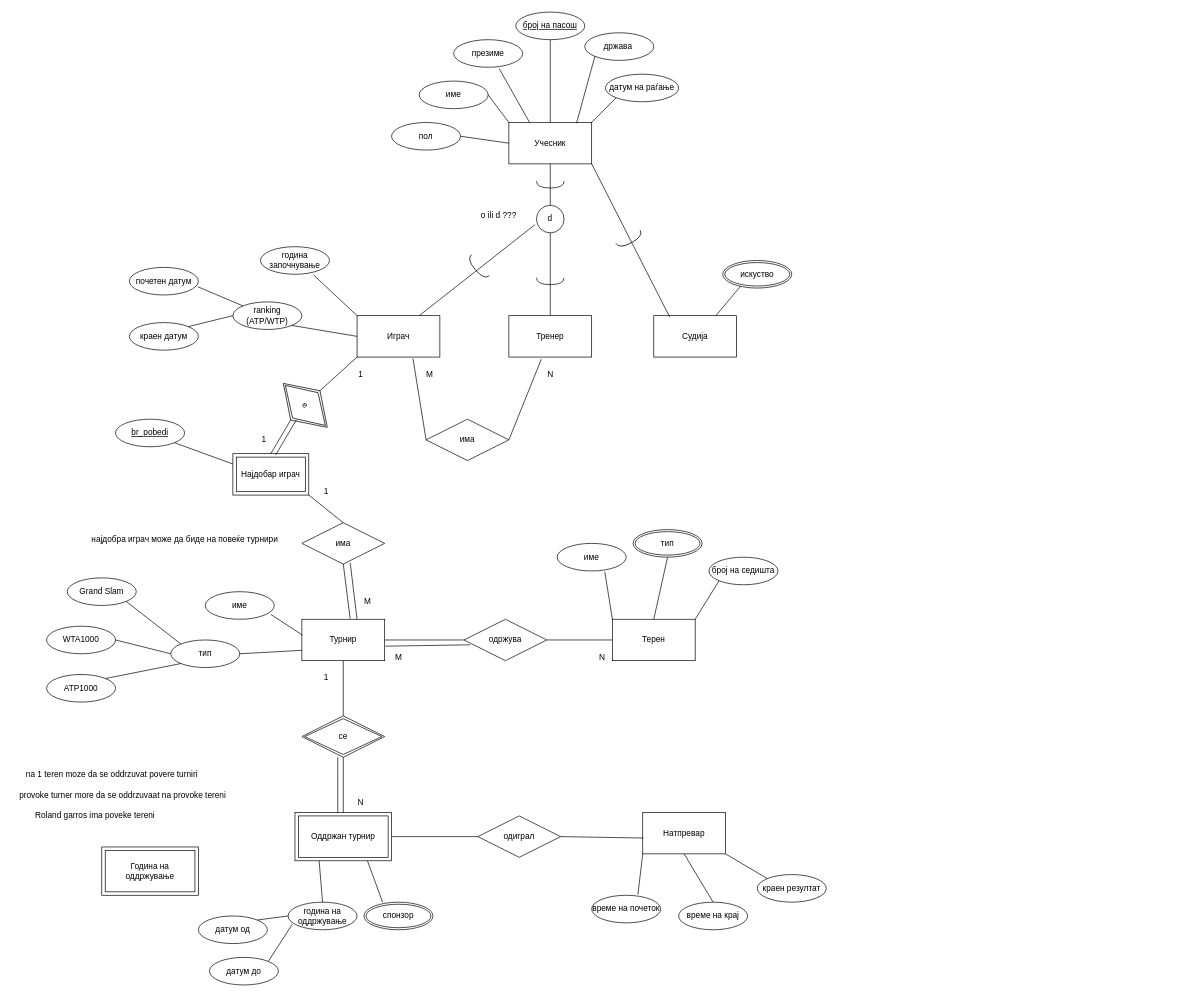
Before: labs/lab1b.drawio in davidhristov59/Databases, a draw.io diagram. Source tidied: cells renumbered, new cells numbered last; positions are measured from the earlier drawing's top-left corner, leaving out a move shared by most shapes. Both pictures are drawn from the tidied source at 69%, with x=0, y=0 at pixel (12, 12).
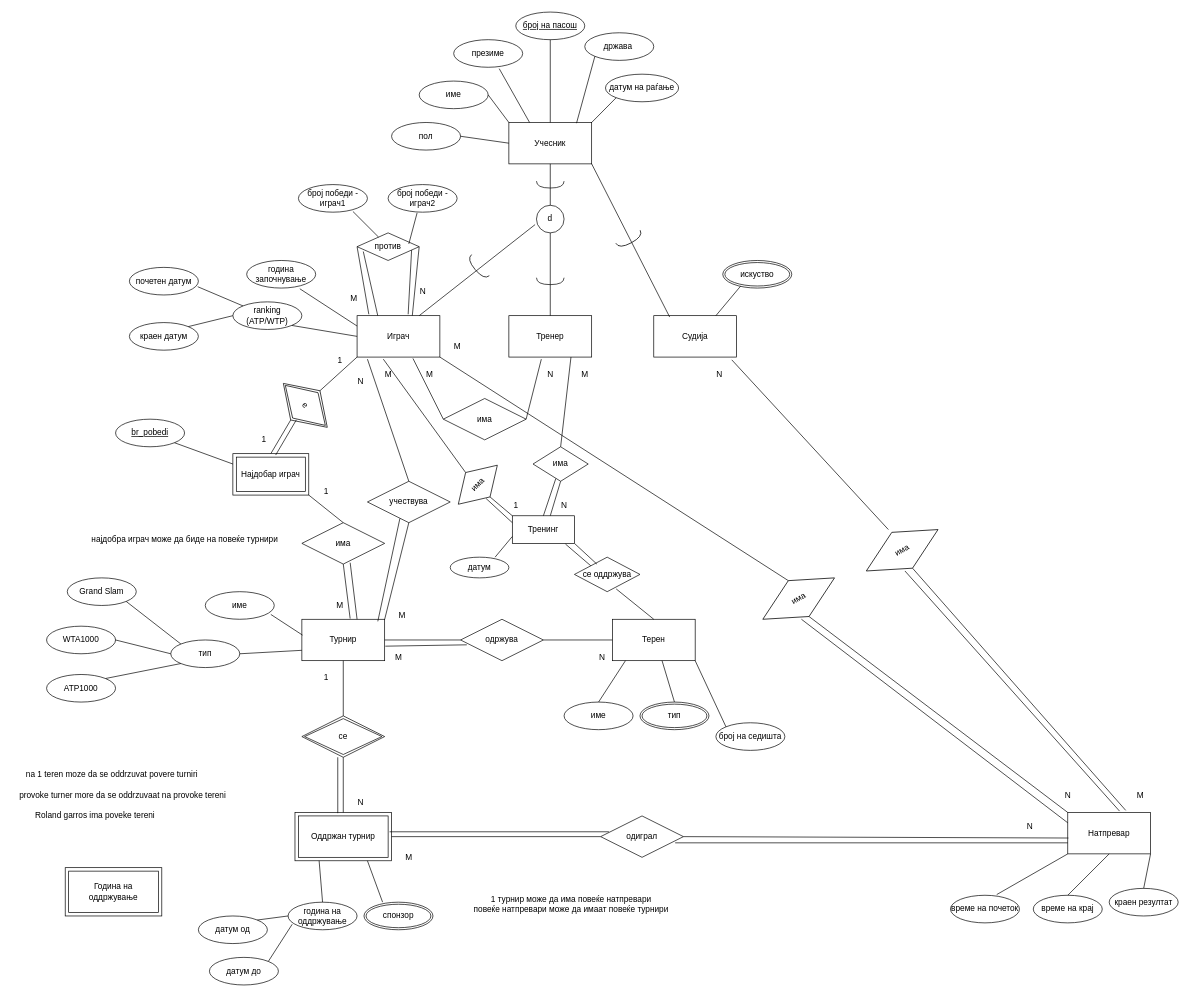
Above is the later version.

The change refers to these unchanged cells:
```xml
<mxCell id="15" value="Играч" style="rounded=0;whiteSpace=wrap;html=1;" parent="1" vertex="1">
  <mxGeometry x="500" y="440" width="120" height="60" as="geometry" />
</mxCell>
<mxCell id="16" value="Тренер" style="rounded=0;whiteSpace=wrap;html=1;" parent="1" vertex="1">
  <mxGeometry x="720" y="440" width="120" height="60" as="geometry" />
</mxCell>
<mxCell id="17" value="Судија" style="rounded=0;whiteSpace=wrap;html=1;" parent="1" vertex="1">
  <mxGeometry x="930" y="440" width="120" height="60" as="geometry" />
</mxCell>
<mxCell id="41" value="Турнир" style="rounded=0;whiteSpace=wrap;html=1;" parent="1" vertex="1">
  <mxGeometry x="420" y="880" width="120" height="60" as="geometry" />
</mxCell>
<mxCell id="70" value="Терен" style="rounded=0;whiteSpace=wrap;html=1;" parent="1" vertex="1">
  <mxGeometry x="870" y="880" width="120" height="60" as="geometry" />
</mxCell>
<mxCell id="93" value="Оддржан турнир" style="shape=ext;margin=3;double=1;whiteSpace=wrap;html=1;align=center;" parent="1" vertex="1">
  <mxGeometry x="410" y="1160" width="140" height="70" as="geometry" />
</mxCell>
```

What changed in the source:
```diff
@@
     <mxCell id="26" value="година започнување" style="ellipse;whiteSpace=wrap;html=1;align=center;" parent="1" vertex="1">
-      <mxGeometry x="360" y="340" width="100" height="40" as="geometry" />
+      <mxGeometry x="340" y="360" width="100" height="40" as="geometry" />
     </mxCell>
@@
-    <mxCell id="33" style="endArrow=none;html=1;rounded=0;exitX=0;exitY=0;exitDx=0;exitDy=0;entryX=0.77;entryY=1.025;entryDx=0;entryDy=0;entryPerimeter=0;" parent="1" edge="1" source="15" target="26">
+    <mxCell id="33" style="endArrow=none;html=1;rounded=0;exitX=0;exitY=0.25;exitDx=0;exitDy=0;entryX=0.77;entryY=1.025;entryDx=0;entryDy=0;entryPerimeter=0;" parent="1" edge="1" source="15" target="26">
       <mxGeometry relative="1" as="geometry" />
     </mxCell>
     <mxCell id="34" value="има" style="shape=rhombus;perimeter=rhombusPerimeter;whiteSpace=wrap;html=1;align=center;" parent="1" vertex="1">
-      <mxGeometry x="600" y="590" width="120" height="60" as="geometry" />
+      <mxGeometry x="625" y="560" width="120" height="60" as="geometry" />
     </mxCell>
@@
-    <mxCell id="44" value="o ili d ???" style="text;html=1;align=center;verticalAlign=middle;strokeColor=none;fillColor=none;" parent="1" vertex="1">
-      <mxGeometry x="670" y="280" width="70" height="30" as="geometry" />
-    </mxCell>
@@
     <mxCell id="62" value="1" style="text;html=1;align=center;verticalAlign=middle;strokeColor=none;fillColor=none;" parent="1" vertex="1">
-      <mxGeometry x="490" y="510" width="30" height="30" as="geometry" />
+      <mxGeometry x="460" y="490" width="30" height="30" as="geometry" />
     </mxCell>
@@
     <mxCell id="66" value="М" style="text;html=1;align=center;verticalAlign=middle;strokeColor=none;fillColor=none;" parent="1" vertex="1">
-      <mxGeometry x="500" y="840" width="30" height="30" as="geometry" />
+      <mxGeometry x="460" y="845" width="30" height="30" as="geometry" />
     </mxCell>
@@
     <mxCell id="71" value="име" style="ellipse;whiteSpace=wrap;html=1;align=center;" parent="1" vertex="1">
-      <mxGeometry x="790" y="770" width="100" height="40" as="geometry" />
+      <mxGeometry x="800" y="1000" width="100" height="40" as="geometry" />
     </mxCell>
     <mxCell id="72" value="број на седишта" style="ellipse;whiteSpace=wrap;html=1;align=center;" parent="1" vertex="1">
-      <mxGeometry x="1010" y="790" width="100" height="40" as="geometry" />
+      <mxGeometry x="1020" y="1030" width="100" height="40" as="geometry" />
     </mxCell>
     <mxCell id="73" value="тип" style="ellipse;shape=doubleEllipse;margin=3;whiteSpace=wrap;html=1;align=center;" parent="1" vertex="1">
-      <mxGeometry x="900" y="750" width="100" height="40" as="geometry" />
+      <mxGeometry x="910" y="1000" width="100" height="40" as="geometry" />
     </mxCell>
-    <mxCell id="74" style="endArrow=none;html=1;rounded=0;exitX=0.69;exitY=1.025;exitDx=0;exitDy=0;entryX=0;entryY=0;entryDx=0;entryDy=0;exitPerimeter=0;" parent="1" edge="1" source="71" target="70">
+    <mxCell id="74" style="endArrow=none;html=1;rounded=0;entryX=0.158;entryY=1;entryDx=0;entryDy=0;entryPerimeter=0;exitX=0.5;exitY=0;exitDx=0;exitDy=0;" parent="1" edge="1" source="71" target="70">
       <mxGeometry relative="1" as="geometry" />
     </mxCell>
-    <mxCell id="75" style="endArrow=none;html=1;rounded=0;exitX=0.5;exitY=1;exitDx=0;exitDy=0;entryX=0.5;entryY=0;entryDx=0;entryDy=0;" parent="1" edge="1" source="73" target="70">
+    <mxCell id="75" style="endArrow=none;html=1;rounded=0;exitX=0.5;exitY=0;exitDx=0;exitDy=0;entryX=0.6;entryY=1;entryDx=0;entryDy=0;entryPerimeter=0;" parent="1" edge="1" source="73" target="70">
       <mxGeometry relative="1" as="geometry" />
     </mxCell>
-    <mxCell id="76" style="endArrow=none;html=1;rounded=0;exitX=0;exitY=1;exitDx=0;exitDy=0;entryX=1;entryY=0;entryDx=0;entryDy=0;" parent="1" edge="1" source="72" target="70">
+    <mxCell id="76" style="endArrow=none;html=1;rounded=0;exitX=0;exitY=0;exitDx=0;exitDy=0;entryX=1;entryY=1;entryDx=0;entryDy=0;" parent="1" edge="1" source="72" target="70">
       <mxGeometry relative="1" as="geometry" />
     </mxCell>
     <mxCell id="77" value="одржува" style="shape=rhombus;perimeter=rhombusPerimeter;whiteSpace=wrap;html=1;align=center;" parent="1" vertex="1">
-      <mxGeometry x="655" y="880" width="120" height="60" as="geometry" />
+      <mxGeometry x="650" y="880" width="120" height="60" as="geometry" />
     </mxCell>
@@
     <mxCell id="101" value="Година на оддржување" style="shape=ext;margin=3;double=1;whiteSpace=wrap;html=1;align=center;" parent="1" vertex="1">
-      <mxGeometry x="130" y="1210" width="140" height="70" as="geometry" />
+      <mxGeometry x="77" y="1240" width="140" height="70" as="geometry" />
     </mxCell>
     <mxCell id="102" value="Натпревар" style="rounded=0;whiteSpace=wrap;html=1;" parent="1" vertex="1">
-      <mxGeometry x="914" y="1160" width="120" height="60" as="geometry" />
+      <mxGeometry x="1530" y="1160" width="120" height="60" as="geometry" />
     </mxCell>
@@
     <mxCell id="105" value="одиграл" style="shape=rhombus;perimeter=rhombusPerimeter;whiteSpace=wrap;html=1;align=center;" parent="1" vertex="1">
-      <mxGeometry x="675" y="1165" width="120" height="60" as="geometry" />
+      <mxGeometry x="853" y="1165" width="120" height="60" as="geometry" />
     </mxCell>
@@
     <mxCell id="108" value="време на почеток" style="ellipse;whiteSpace=wrap;html=1;align=center;" parent="1" vertex="1">
-      <mxGeometry x="840" y="1280" width="100" height="40" as="geometry" />
+      <mxGeometry x="1360" y="1280" width="100" height="40" as="geometry" />
     </mxCell>
     <mxCell id="109" value="време на крај" style="ellipse;whiteSpace=wrap;html=1;align=center;" parent="1" vertex="1">
-      <mxGeometry x="966" y="1290" width="100" height="40" as="geometry" />
+      <mxGeometry x="1480" y="1280" width="100" height="40" as="geometry" />
     </mxCell>
     <mxCell id="110" value="краен резултат" style="ellipse;whiteSpace=wrap;html=1;align=center;" parent="1" vertex="1">
-      <mxGeometry x="1080" y="1250" width="100" height="40" as="geometry" />
+      <mxGeometry x="1590" y="1270" width="100" height="40" as="geometry" />
     </mxCell>
@@
-    <mxCell id="113" style="endArrow=none;html=1;rounded=0;entryX=0;entryY=0;entryDx=0;entryDy=0;exitX=1;exitY=1;exitDx=0;exitDy=0;" parent="1" edge="1" source="102" target="110">
+    <mxCell id="113" style="endArrow=none;html=1;rounded=0;entryX=0.5;entryY=0;entryDx=0;entryDy=0;exitX=1;exitY=1;exitDx=0;exitDy=0;" parent="1" edge="1" source="102" target="110">
       <mxGeometry relative="1" as="geometry" />
     </mxCell>
+    <mxCell id="114" value="има" style="shape=rhombus;perimeter=rhombusPerimeter;whiteSpace=wrap;html=1;align=center;rotation=-30;" parent="1" vertex="1">
+      <mxGeometry x="1230" y="750" width="120" height="60" as="geometry" />
+    </mxCell>
+    <mxCell id="115" style="endArrow=none;html=1;rounded=0;entryX=0.7;entryY=-0.05;entryDx=0;entryDy=0;exitX=0.5;exitY=1;exitDx=0;exitDy=0;entryPerimeter=0;" parent="1" edge="1" source="114" target="102">
+      <mxGeometry relative="1" as="geometry" />
+    </mxCell>
+    <mxCell id="116" style="endArrow=none;html=1;rounded=0;exitX=0.942;exitY=1.067;exitDx=0;exitDy=0;exitPerimeter=0;" parent="1" edge="1" source="17">
+      <mxGeometry relative="1" as="geometry">
+        <mxPoint x="1270" y="750" as="targetPoint" />
+      </mxGeometry>
+    </mxCell>
+    <mxCell id="117" value="има" style="shape=rhombus;perimeter=rhombusPerimeter;whiteSpace=wrap;html=1;align=center;rotation=-30;" parent="1" vertex="1">
+      <mxGeometry x="1080" y="820" width="120" height="60" as="geometry" />
+    </mxCell>
+    <mxCell id="118" style="endArrow=none;html=1;rounded=0;exitX=1;exitY=1;exitDx=0;exitDy=0;entryX=0.5;entryY=0;entryDx=0;entryDy=0;" parent="1" edge="1" source="15" target="117">
+      <mxGeometry relative="1" as="geometry" />
+    </mxCell>
+    <mxCell id="119" style="endArrow=none;html=1;rounded=0;exitX=0.5;exitY=1;exitDx=0;exitDy=0;entryX=0;entryY=0;entryDx=0;entryDy=0;" parent="1" edge="1" source="117" target="102">
+      <mxGeometry relative="1" as="geometry" />
+    </mxCell>
+    <mxCell id="120" value="1 турнир може да има повеќе натпревари&lt;div&gt;повеќе натпревари може да имаат повеќе турнири&lt;/div&gt;" style="text;html=1;align=center;verticalAlign=middle;strokeColor=none;fillColor=none;" parent="1" vertex="1">
+      <mxGeometry x="655" y="1273" width="310" height="40" as="geometry" />
+    </mxCell>
+    <mxCell id="121" value="N" style="text;html=1;align=center;verticalAlign=middle;strokeColor=none;fillColor=none;" parent="1" vertex="1">
+      <mxGeometry x="1460" y="1165" width="30" height="30" as="geometry" />
+    </mxCell>
+    <mxCell id="122" value="М" style="text;html=1;align=center;verticalAlign=middle;strokeColor=none;fillColor=none;" parent="1" vertex="1">
+      <mxGeometry x="560" y="1210" width="30" height="30" as="geometry" />
+    </mxCell>
+    <mxCell id="123" value="M" style="text;html=1;align=center;verticalAlign=middle;strokeColor=none;fillColor=none;" parent="1" vertex="1">
+      <mxGeometry x="630" y="470" width="30" height="30" as="geometry" />
+    </mxCell>
+    <mxCell id="124" value="N" style="text;html=1;align=center;verticalAlign=middle;strokeColor=none;fillColor=none;" parent="1" vertex="1">
+      <mxGeometry x="1515" y="1120" width="30" height="30" as="geometry" />
+    </mxCell>
+    <mxCell id="125" value="N" style="text;html=1;align=center;verticalAlign=middle;strokeColor=none;fillColor=none;" parent="1" vertex="1">
+      <mxGeometry x="1010" y="510" width="30" height="30" as="geometry" />
+    </mxCell>
+    <mxCell id="126" value="М" style="text;html=1;align=center;verticalAlign=middle;strokeColor=none;fillColor=none;" parent="1" vertex="1">
+      <mxGeometry x="1620" y="1120" width="30" height="30" as="geometry" />
+    </mxCell>
+    <mxCell id="127" style="endArrow=none;html=1;rounded=0;exitX=0.979;exitY=0.4;exitDx=0;exitDy=0;entryX=0.1;entryY=0.383;entryDx=0;entryDy=0;entryPerimeter=0;exitPerimeter=0;" parent="1" edge="1" source="93" target="105">
+      <mxGeometry relative="1" as="geometry" />
+    </mxCell>
+    <mxCell id="128" style="endArrow=none;html=1;rounded=0;entryX=0.625;entryY=-0.033;entryDx=0;entryDy=0;exitX=0.404;exitY=0.966;exitDx=0;exitDy=0;entryPerimeter=0;exitPerimeter=0;" parent="1" edge="1" source="114" target="102">
+      <mxGeometry relative="1" as="geometry" />
+    </mxCell>
+    <mxCell id="129" style="endArrow=none;html=1;rounded=0;exitX=0.404;exitY=0.966;exitDx=0;exitDy=0;entryX=0;entryY=0.25;entryDx=0;entryDy=0;exitPerimeter=0;" parent="1" edge="1" source="117" target="102">
+      <mxGeometry relative="1" as="geometry" />
+    </mxCell>
+    <mxCell id="130" value="учествува" style="shape=rhombus;perimeter=rhombusPerimeter;whiteSpace=wrap;html=1;align=center;" parent="1" vertex="1">
+      <mxGeometry x="515" y="680" width="120" height="60" as="geometry" />
+    </mxCell>
+    <mxCell id="131" style="endArrow=none;html=1;rounded=0;exitX=0.125;exitY=1.05;exitDx=0;exitDy=0;entryX=0.5;entryY=0;entryDx=0;entryDy=0;exitPerimeter=0;" parent="1" edge="1" source="15" target="130">
+      <mxGeometry relative="1" as="geometry" />
+    </mxCell>
+    <mxCell id="132" style="endArrow=none;html=1;rounded=0;exitX=0.5;exitY=1;exitDx=0;exitDy=0;entryX=1;entryY=0;entryDx=0;entryDy=0;" parent="1" edge="1" source="130" target="41">
+      <mxGeometry relative="1" as="geometry" />
+    </mxCell>
+    <mxCell id="133" value="М" style="text;html=1;align=center;verticalAlign=middle;strokeColor=none;fillColor=none;" parent="1" vertex="1">
+      <mxGeometry x="550" y="860" width="30" height="30" as="geometry" />
+    </mxCell>
+    <mxCell id="134" value="N" style="text;html=1;align=center;verticalAlign=middle;strokeColor=none;fillColor=none;" parent="1" vertex="1">
+      <mxGeometry x="490" y="520" width="30" height="30" as="geometry" />
+    </mxCell>
+    <mxCell id="135" style="endArrow=none;html=1;rounded=0;exitX=0.392;exitY=0.9;exitDx=0;exitDy=0;entryX=0.917;entryY=0.05;entryDx=0;entryDy=0;entryPerimeter=0;exitPerimeter=0;" parent="1" edge="1" source="130" target="41">
+      <mxGeometry relative="1" as="geometry" />
+    </mxCell>
+    <mxCell id="136" style="endArrow=none;html=1;rounded=0;exitX=0.9;exitY=0.65;exitDx=0;exitDy=0;exitPerimeter=0;" parent="1" edge="1" source="105">
+      <mxGeometry relative="1" as="geometry">
+        <mxPoint x="1530" y="1204" as="targetPoint" />
+      </mxGeometry>
+    </mxCell>
+    <mxCell id="137" value="Тренинг" style="rounded=0;whiteSpace=wrap;html=1;" parent="1" vertex="1">
+      <mxGeometry x="725" y="730" width="90" height="40" as="geometry" />
+    </mxCell>
+    <mxCell id="138" value="се оддржува" style="shape=rhombus;perimeter=rhombusPerimeter;whiteSpace=wrap;html=1;align=center;" parent="1" vertex="1">
+      <mxGeometry x="815" y="790" width="95" height="50" as="geometry" />
+    </mxCell>
+    <mxCell id="139" style="endArrow=none;html=1;rounded=0;exitX=1;exitY=1;exitDx=0;exitDy=0;entryX=0.342;entryY=0.2;entryDx=0;entryDy=0;entryPerimeter=0;" parent="1" edge="1" source="137" target="138">
+      <mxGeometry relative="1" as="geometry" />
+    </mxCell>
+    <mxCell id="140" style="endArrow=none;html=1;rounded=0;entryX=0.5;entryY=0;entryDx=0;entryDy=0;exitX=0.637;exitY=0.92;exitDx=0;exitDy=0;exitPerimeter=0;" parent="1" edge="1" source="138" target="70">
+      <mxGeometry relative="1" as="geometry" />
+    </mxCell>
+    <mxCell id="141" style="endArrow=none;html=1;rounded=0;exitX=0.856;exitY=1.025;exitDx=0;exitDy=0;entryX=0;entryY=0;entryDx=0;entryDy=0;exitPerimeter=0;" parent="1" edge="1" source="137" target="138">
+      <mxGeometry relative="1" as="geometry" />
+    </mxCell>
+    <mxCell id="142" value="има" style="shape=rhombus;perimeter=rhombusPerimeter;whiteSpace=wrap;html=1;align=center;rotation=-45;" parent="1" vertex="1">
+      <mxGeometry x="635" y="660" width="80" height="50" as="geometry" />
+    </mxCell>
+    <mxCell id="143" style="endArrow=none;html=1;rounded=0;exitX=0.317;exitY=1.05;exitDx=0;exitDy=0;entryX=0.5;entryY=0;entryDx=0;entryDy=0;exitPerimeter=0;" parent="1" edge="1" source="15" target="142">
+      <mxGeometry relative="1" as="geometry" />
+    </mxCell>
+    <mxCell id="144" style="endArrow=none;html=1;rounded=0;exitX=0.5;exitY=1;exitDx=0;exitDy=0;entryX=0;entryY=0;entryDx=0;entryDy=0;" parent="1" edge="1" source="142" target="137">
+      <mxGeometry relative="1" as="geometry" />
+    </mxCell>
+    <mxCell id="145" value="М" style="text;html=1;align=center;verticalAlign=middle;strokeColor=none;fillColor=none;" parent="1" vertex="1">
+      <mxGeometry x="530" y="510" width="30" height="30" as="geometry" />
+    </mxCell>
+    <mxCell id="146" style="endArrow=none;html=1;rounded=0;entryX=0;entryY=0.25;entryDx=0;entryDy=0;exitX=0.429;exitY=0.953;exitDx=0;exitDy=0;exitPerimeter=0;" parent="1" edge="1" source="142" target="137">
+      <mxGeometry relative="1" as="geometry" />
+    </mxCell>
+    <mxCell id="147" value="1" style="text;html=1;align=center;verticalAlign=middle;strokeColor=none;fillColor=none;" parent="1" vertex="1">
+      <mxGeometry x="715" y="700" width="30" height="30" as="geometry" />
+    </mxCell>
+    <mxCell id="148" value="има" style="shape=rhombus;perimeter=rhombusPerimeter;whiteSpace=wrap;html=1;align=center;rotation=0;" parent="1" vertex="1">
+      <mxGeometry x="755" y="630" width="80" height="50" as="geometry" />
+    </mxCell>
+    <mxCell id="149" style="endArrow=none;html=1;rounded=0;exitX=0.75;exitY=1;exitDx=0;exitDy=0;entryX=0.5;entryY=0;entryDx=0;entryDy=0;" parent="1" edge="1" source="16" target="148">
+      <mxGeometry relative="1" as="geometry" />
+    </mxCell>
+    <mxCell id="150" style="endArrow=none;html=1;rounded=0;exitX=0.5;exitY=1;exitDx=0;exitDy=0;" parent="1" edge="1" source="148">
+      <mxGeometry relative="1" as="geometry">
+        <mxPoint x="780" y="730" as="targetPoint" />
+      </mxGeometry>
+    </mxCell>
+    <mxCell id="151" value="М" style="text;html=1;align=center;verticalAlign=middle;strokeColor=none;fillColor=none;" parent="1" vertex="1">
+      <mxGeometry x="815" y="510" width="30" height="30" as="geometry" />
+    </mxCell>
+    <mxCell id="152" value="N" style="text;html=1;align=center;verticalAlign=middle;strokeColor=none;fillColor=none;" parent="1" vertex="1">
+      <mxGeometry x="785" y="700" width="30" height="30" as="geometry" />
+    </mxCell>
+    <mxCell id="153" style="endArrow=none;html=1;rounded=0;exitX=0.413;exitY=0.92;exitDx=0;exitDy=0;entryX=0.5;entryY=0;entryDx=0;entryDy=0;exitPerimeter=0;" parent="1" edge="1" source="148" target="137">
+      <mxGeometry relative="1" as="geometry" />
+    </mxCell>
+    <mxCell id="154" value="датум" style="ellipse;whiteSpace=wrap;html=1;align=center;" parent="1" vertex="1">
+      <mxGeometry x="635" y="790" width="85" height="30" as="geometry" />
+    </mxCell>
+    <mxCell id="155" style="endArrow=none;html=1;rounded=0;entryX=0.765;entryY=0;entryDx=0;entryDy=0;exitX=0;exitY=0.75;exitDx=0;exitDy=0;entryPerimeter=0;" parent="1" edge="1" source="137" target="154">
+      <mxGeometry relative="1" as="geometry" />
+    </mxCell>
+    <mxCell id="156" value="против" style="shape=rhombus;perimeter=rhombusPerimeter;whiteSpace=wrap;html=1;align=center;" parent="1" vertex="1">
+      <mxGeometry x="500" y="320" width="90" height="40" as="geometry" />
+    </mxCell>
+    <mxCell id="157" style="endArrow=none;html=1;rounded=0;exitX=0.142;exitY=-0.033;exitDx=0;exitDy=0;entryX=0;entryY=0.5;entryDx=0;entryDy=0;exitPerimeter=0;" parent="1" edge="1" source="15" target="156">
+      <mxGeometry relative="1" as="geometry" />
+    </mxCell>
+    <mxCell id="158" style="endArrow=none;html=1;rounded=0;exitX=0.667;exitY=0;exitDx=0;exitDy=0;entryX=1;entryY=0.5;entryDx=0;entryDy=0;exitPerimeter=0;" parent="1" edge="1" source="15" target="156">
+      <mxGeometry relative="1" as="geometry" />
+    </mxCell>
+    <mxCell id="159" value="број победи - играч1" style="ellipse;whiteSpace=wrap;html=1;align=center;" parent="1" vertex="1">
+      <mxGeometry x="415" y="250" width="100" height="40" as="geometry" />
+    </mxCell>
+    <mxCell id="160" value="број победи - играч2" style="ellipse;whiteSpace=wrap;html=1;align=center;" parent="1" vertex="1">
+      <mxGeometry x="545" y="250" width="100" height="40" as="geometry" />
+    </mxCell>
+    <mxCell id="161" style="endArrow=none;html=1;rounded=0;exitX=0.79;exitY=0.975;exitDx=0;exitDy=0;exitPerimeter=0;" parent="1" edge="1" source="159" target="156">
+      <mxGeometry relative="1" as="geometry" />
+    </mxCell>
+    <mxCell id="162" style="endArrow=none;html=1;rounded=0;exitX=0.42;exitY=1.025;exitDx=0;exitDy=0;entryX=0.833;entryY=0.4;entryDx=0;entryDy=0;exitPerimeter=0;entryPerimeter=0;" parent="1" edge="1" source="160" target="156">
+      <mxGeometry relative="1" as="geometry" />
+    </mxCell>
+    <mxCell id="163" value="M" style="text;html=1;align=center;verticalAlign=middle;strokeColor=none;fillColor=none;" parent="1" vertex="1">
+      <mxGeometry x="480" y="400" width="30" height="30" as="geometry" />
+    </mxCell>
+    <mxCell id="164" value="N" style="text;html=1;align=center;verticalAlign=middle;strokeColor=none;fillColor=none;" parent="1" vertex="1">
+      <mxGeometry x="580" y="390" width="30" height="30" as="geometry" />
+    </mxCell>
+    <mxCell id="165" style="endArrow=none;html=1;rounded=0;entryX=0.878;entryY=0.625;entryDx=0;entryDy=0;entryPerimeter=0;exitX=0.617;exitY=-0.033;exitDx=0;exitDy=0;exitPerimeter=0;" parent="1" edge="1" source="15" target="156">
+      <mxGeometry relative="1" as="geometry" />
+    </mxCell>
+    <mxCell id="166" style="endArrow=none;html=1;rounded=0;exitX=0.25;exitY=0;exitDx=0;exitDy=0;entryX=0.1;entryY=0.675;entryDx=0;entryDy=0;entryPerimeter=0;" parent="1" edge="1" source="15" target="156">
+      <mxGeometry relative="1" as="geometry" />
+    </mxCell>
```
